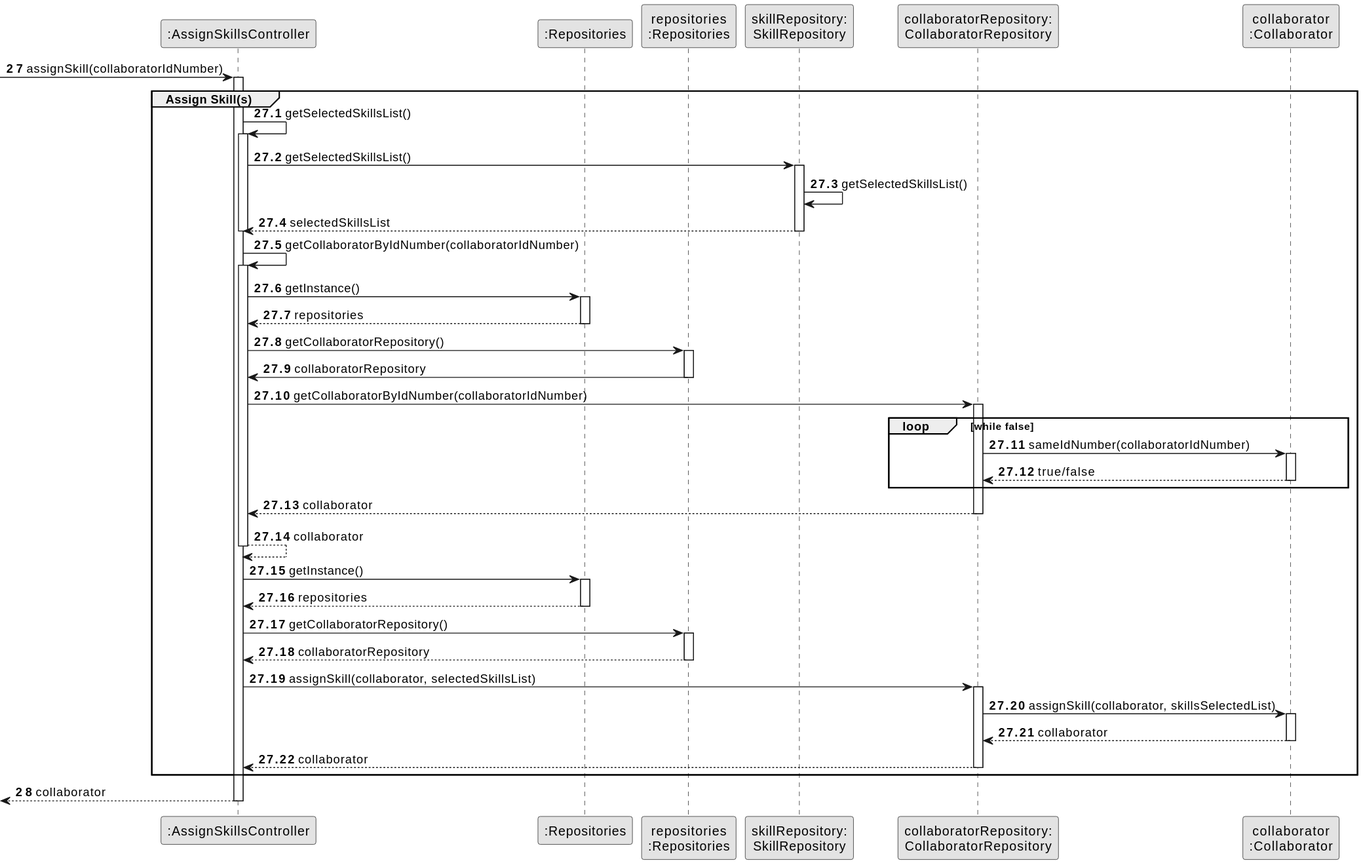
Before: docs/sprintB/us004/03.design/svg/us004-sequence-diagram-partial-assign-skill.svg, a diagram exported from PlantUML (Departamento-de-Engenharia-Informatica/lei-24-s2-1dm-g132).
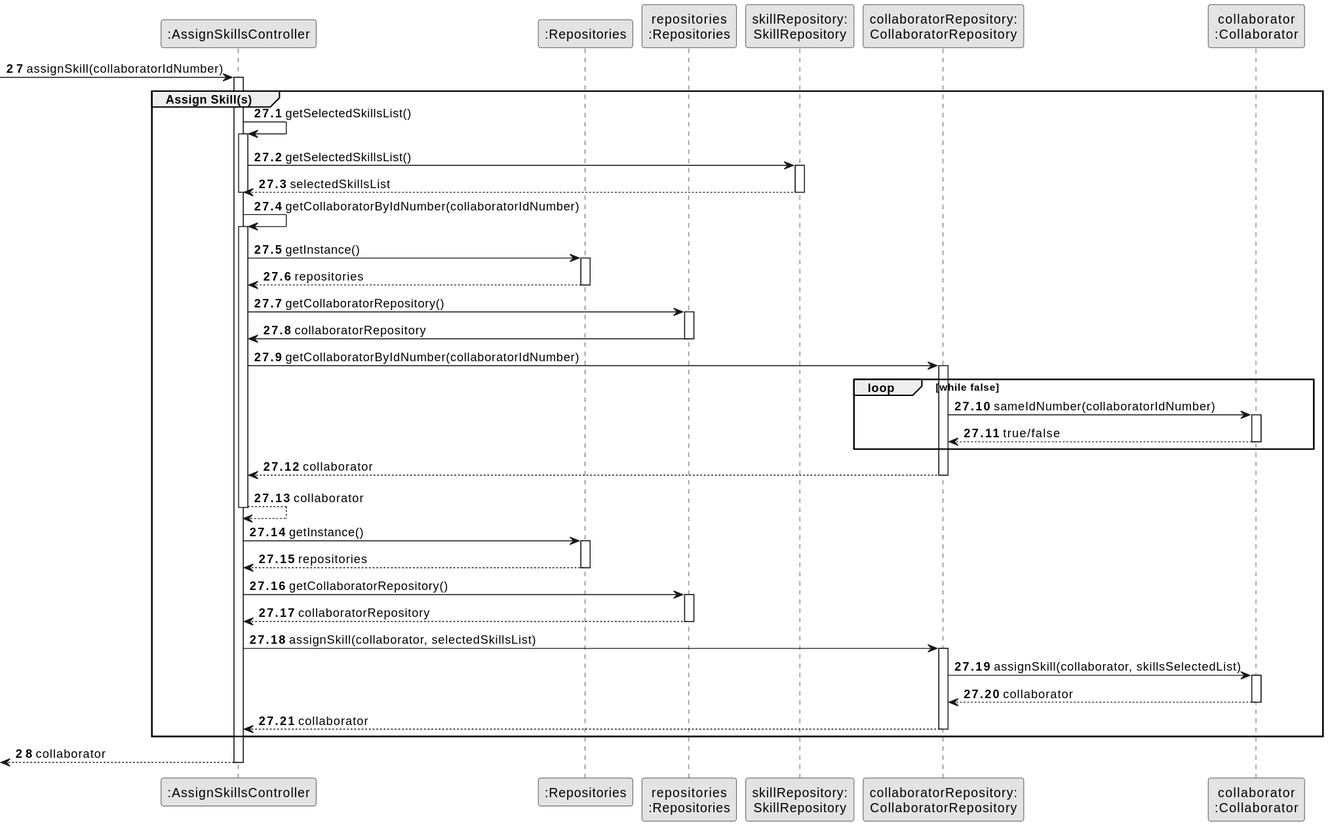
After the commit.

The edit, as a diff of the source:
```diff
@@ -23,7 +23,6 @@
             CTRL -> SkillRepository : getSelectedSkillsList()
             activate SkillRepository
 
-            SkillRepository -> SkillRepository : getSelectedSkillsList()
             SkillRepository --> CTRL : selectedSkillsList
             deactivate SkillRepository
             deactivate CTRL
```
